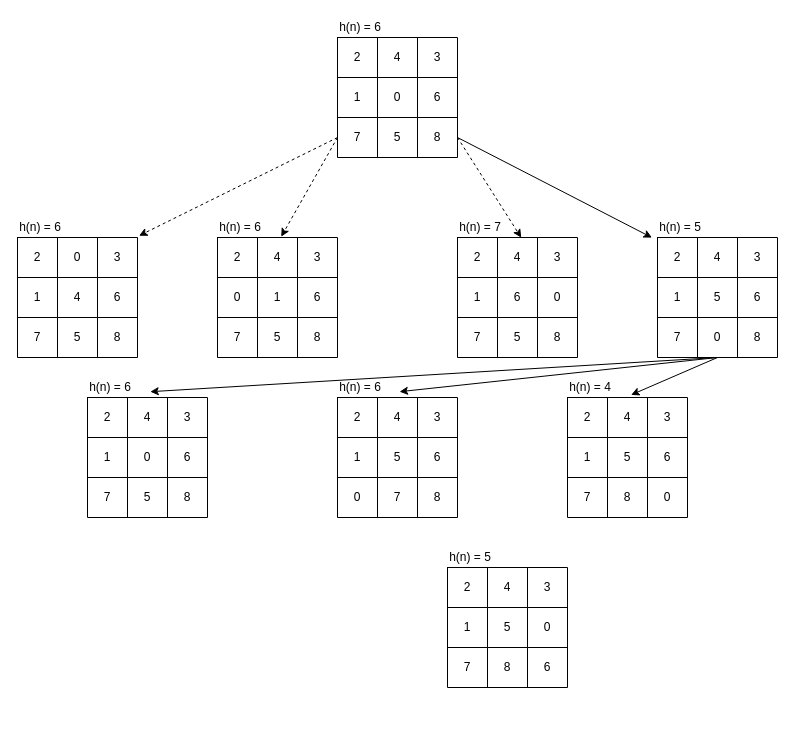
The draw.io diagram 8-puzzle-heuristic.drawio in waterfog9580/8puzzle, before the edit. Source tidied: cells renumbered, new cells numbered last; positions are measured from the earlier drawing's top-left corner, leaving out a move shared by most shapes. Both pictures are drawn from the tidied source at 100%, with x=0, y=0 at pixel (17, 17).
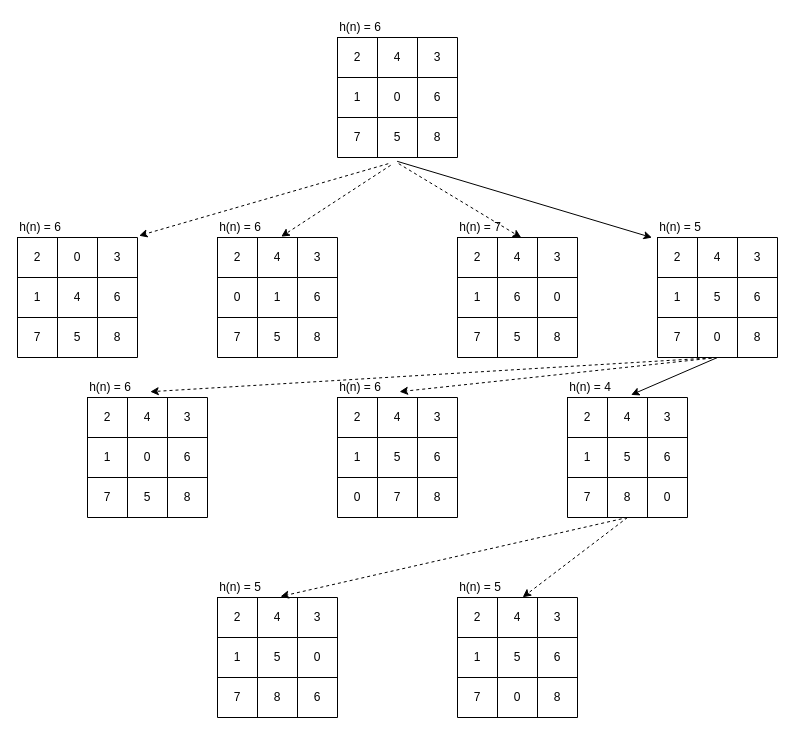
The same diagram, later.

Unchanged cells that the change refers to:
```xml
<mxCell id="5" style="shape=partialRectangle;html=1;whiteSpace=wrap;fillColor=none;top=0;left=0;bottom=0;right=0;points=[[0,0.5],[1,0.5]];portConstraint=eastwest;" parent="4" vertex="1">
  <mxGeometry width="120" height="40" as="geometry" />
</mxCell>
<mxCell id="27" style="shape=partialRectangle;html=1;whiteSpace=wrap;fillColor=none;top=0;left=0;bottom=0;right=0;points=[[0,0.5],[1,0.5]];portConstraint=eastwest;" parent="18" vertex="1">
  <mxGeometry y="80" width="120" height="40" as="geometry" />
</mxCell>
<mxCell id="35" style="shape=partialRectangle;html=1;whiteSpace=wrap;fillColor=none;top=0;left=0;bottom=0;right=0;points=[[0,0.5],[1,0.5]];portConstraint=eastwest;" parent="34" vertex="1">
  <mxGeometry width="120" height="40" as="geometry" />
</mxCell>
<mxCell id="50" style="shape=partialRectangle;html=1;whiteSpace=wrap;fillColor=none;top=0;left=0;bottom=0;right=0;points=[[0,0.5],[1,0.5]];portConstraint=eastwest;" parent="49" vertex="1">
  <mxGeometry width="120" height="40" as="geometry" />
</mxCell>
<mxCell id="65" style="shape=partialRectangle;html=1;whiteSpace=wrap;fillColor=none;top=0;left=0;bottom=0;right=0;points=[[0,0.5],[1,0.5]];portConstraint=eastwest;" parent="64" vertex="1">
  <mxGeometry width="120" height="40" as="geometry" />
</mxCell>
<mxCell id="84" style="shape=partialRectangle;html=1;whiteSpace=wrap;fillColor=none;top=0;left=0;bottom=0;right=0;points=[[0,0.5],[1,0.5]];portConstraint=eastwest;" parent="83" vertex="1">
  <mxGeometry width="120" height="40" as="geometry" />
</mxCell>
<mxCell id="99" style="shape=partialRectangle;html=1;whiteSpace=wrap;fillColor=none;top=0;left=0;bottom=0;right=0;points=[[0,0.5],[1,0.5]];portConstraint=eastwest;" parent="98" vertex="1">
  <mxGeometry width="120" height="40" as="geometry" />
</mxCell>
<mxCell id="132" style="shape=partialRectangle;html=1;whiteSpace=wrap;fillColor=none;top=0;left=0;bottom=0;right=0;points=[[0,0.5],[1,0.5]];portConstraint=eastwest;" parent="131" vertex="1">
  <mxGeometry width="120" height="40" as="geometry" />
</mxCell>
<mxCell id="136" style="shape=partialRectangle;html=1;whiteSpace=wrap;fillColor=none;top=0;left=0;bottom=0;right=0;" parent="131" vertex="1">
  <mxGeometry y="40" width="120" height="40" as="geometry" />
</mxCell>
<mxCell id="140" style="shape=partialRectangle;html=1;whiteSpace=wrap;fillColor=none;top=0;left=0;bottom=0;right=0;" parent="131" vertex="1">
  <mxGeometry y="80" width="120" height="40" as="geometry" />
</mxCell>
```

The edit, as a diff of the source:
```diff
@@
-    <mxCell id="77" style="endArrow=classic;html=1;exitX=0;exitY=0.5;exitDx=0;exitDy=0;entryX=1.013;entryY=-0.044;entryDx=0;entryDy=0;entryPerimeter=0;dashed=1;" parent="1" edge="1" source="27" target="5">
+    <mxCell id="77" style="endArrow=classic;html=1;exitX=0.423;exitY=1.155;exitDx=0;exitDy=0;entryX=1.013;entryY=-0.044;entryDx=0;entryDy=0;entryPerimeter=0;dashed=1;exitPerimeter=0;" parent="1" edge="1" source="27" target="5">
       <mxGeometry relative="1" as="geometry" />
     </mxCell>
-    <mxCell id="78" style="endArrow=classic;html=1;entryX=0.531;entryY=-0.021;entryDx=0;entryDy=0;entryPerimeter=0;exitX=0;exitY=0.5;exitDx=0;exitDy=0;dashed=1;" parent="1" edge="1" source="27" target="35">
+    <mxCell id="78" style="endArrow=classic;html=1;entryX=0.531;entryY=-0.021;entryDx=0;entryDy=0;entryPerimeter=0;exitX=0.443;exitY=1.195;exitDx=0;exitDy=0;dashed=1;exitPerimeter=0;" parent="1" edge="1" source="27" target="35">
       <mxGeometry relative="1" as="geometry" />
     </mxCell>
-    <mxCell id="79" style="endArrow=classic;html=1;entryX=0.531;entryY=0.003;entryDx=0;entryDy=0;entryPerimeter=0;exitX=1;exitY=0.5;exitDx=0;exitDy=0;dashed=1;" parent="1" edge="1" source="27" target="50">
+    <mxCell id="79" style="endArrow=classic;html=1;entryX=0.531;entryY=0.003;entryDx=0;entryDy=0;entryPerimeter=0;exitX=0.51;exitY=1.155;exitDx=0;exitDy=0;dashed=1;exitPerimeter=0;" parent="1" edge="1" source="27" target="50">
       <mxGeometry relative="1" as="geometry" />
     </mxCell>
-    <mxCell id="80" style="endArrow=classic;html=1;entryX=-0.046;entryY=0.003;entryDx=0;entryDy=0;exitX=1;exitY=0.5;exitDx=0;exitDy=0;entryPerimeter=0;" parent="1" edge="1" source="27" target="65">
+    <mxCell id="80" style="endArrow=classic;html=1;entryX=-0.046;entryY=0.003;entryDx=0;entryDy=0;entryPerimeter=0;exitX=0.497;exitY=1.095;exitDx=0;exitDy=0;exitPerimeter=0;" parent="1" edge="1" source="27" target="65">
       <mxGeometry relative="1" as="geometry" />
     </mxCell>
@@
-    <mxCell id="126" style="endArrow=classic;html=1;shadow=0;entryX=0.523;entryY=-0.145;entryDx=0;entryDy=0;entryPerimeter=0;" parent="1" edge="1" target="99">
+    <mxCell id="126" style="endArrow=classic;html=1;shadow=0;entryX=0.523;entryY=-0.145;entryDx=0;entryDy=0;entryPerimeter=0;dashed=1;" parent="1" edge="1" target="99">
       <mxGeometry relative="1" as="geometry">
         <mxPoint x="700" y="340" as="sourcePoint" />
       </mxGeometry>
     </mxCell>
-    <mxCell id="127" style="endArrow=classic;html=1;shadow=0;entryX=0.517;entryY=-0.145;entryDx=0;entryDy=0;entryPerimeter=0;" parent="1" edge="1" target="84">
+    <mxCell id="127" style="endArrow=classic;html=1;shadow=0;entryX=0.517;entryY=-0.145;entryDx=0;entryDy=0;entryPerimeter=0;dashed=1;" parent="1" edge="1" target="84">
       <mxGeometry relative="1" as="geometry">
         <mxPoint x="700" y="340" as="sourcePoint" />
       </mxGeometry>
     </mxCell>
@@
     <mxCell id="129" style="group;" parent="1" vertex="1">
-      <mxGeometry x="430" y="530" width="120" height="140" as="geometry" />
+      <mxGeometry x="440" y="560" width="120" height="140" as="geometry" />
     </mxCell>
@@
-    <mxCell id="139" value="0" style="shape=partialRectangle;html=1;whiteSpace=wrap;fillColor=none;top=0;left=0;bottom=0;right=0;overflow=hidden;" parent="136" vertex="1">
+    <mxCell id="139" value="6" style="shape=partialRectangle;html=1;whiteSpace=wrap;fillColor=none;top=0;left=0;bottom=0;right=0;overflow=hidden;" parent="136" vertex="1">
       <mxGeometry x="80" width="40" height="40" as="geometry" />
     </mxCell>
@@
-    <mxCell id="142" value="8" style="shape=partialRectangle;html=1;whiteSpace=wrap;fillColor=none;top=0;left=0;bottom=0;right=0;overflow=hidden;" parent="140" vertex="1">
+    <mxCell id="142" value="0" style="shape=partialRectangle;html=1;whiteSpace=wrap;fillColor=none;top=0;left=0;bottom=0;right=0;overflow=hidden;" parent="140" vertex="1">
       <mxGeometry x="40" width="40" height="40" as="geometry" />
     </mxCell>
-    <mxCell id="143" value="6" style="shape=partialRectangle;html=1;whiteSpace=wrap;fillColor=none;top=0;left=0;bottom=0;right=0;overflow=hidden;" parent="140" vertex="1">
+    <mxCell id="143" value="8" style="shape=partialRectangle;html=1;whiteSpace=wrap;fillColor=none;top=0;left=0;bottom=0;right=0;overflow=hidden;" parent="140" vertex="1">
       <mxGeometry x="80" width="40" height="40" as="geometry" />
     </mxCell>
+    <mxCell id="144" style="group;" parent="1" vertex="1">
+      <mxGeometry x="200" y="560" width="120" height="140" as="geometry" />
+    </mxCell>
+    <mxCell id="145" value="h(n) = 5" style="text;html=1;strokeColor=none;fillColor=none;align=center;verticalAlign=middle;whiteSpace=wrap;rounded=0;" parent="144" vertex="1">
+      <mxGeometry width="46" height="20" as="geometry" />
+    </mxCell>
+    <mxCell id="146" style="shape=table;html=1;whiteSpace=wrap;startSize=0;childLayout=tableLayout;" parent="144" vertex="1">
+      <mxGeometry y="20" width="120" height="120" as="geometry" />
+    </mxCell>
+    <mxCell id="147" style="shape=partialRectangle;html=1;whiteSpace=wrap;fillColor=none;top=0;left=0;bottom=0;right=0;" parent="146" vertex="1">
+      <mxGeometry width="120" height="40" as="geometry" />
+    </mxCell>
+    <mxCell id="148" value="2" style="shape=partialRectangle;html=1;whiteSpace=wrap;fillColor=none;top=0;left=0;bottom=0;right=0;overflow=hidden;" parent="147" vertex="1">
+      <mxGeometry width="40" height="40" as="geometry" />
+    </mxCell>
+    <mxCell id="149" value="4" style="shape=partialRectangle;html=1;whiteSpace=wrap;fillColor=none;top=0;left=0;bottom=0;right=0;overflow=hidden;" parent="147" vertex="1">
+      <mxGeometry x="40" width="40" height="40" as="geometry" />
+    </mxCell>
+    <mxCell id="150" value="3" style="shape=partialRectangle;html=1;whiteSpace=wrap;fillColor=none;top=0;left=0;bottom=0;right=0;overflow=hidden;" parent="147" vertex="1">
+      <mxGeometry x="80" width="40" height="40" as="geometry" />
+    </mxCell>
+    <mxCell id="151" style="shape=partialRectangle;html=1;whiteSpace=wrap;fillColor=none;top=0;left=0;bottom=0;right=0;" parent="146" vertex="1">
+      <mxGeometry y="40" width="120" height="40" as="geometry" />
+    </mxCell>
+    <mxCell id="152" value="1" style="shape=partialRectangle;html=1;whiteSpace=wrap;fillColor=none;top=0;left=0;bottom=0;right=0;overflow=hidden;" parent="151" vertex="1">
+      <mxGeometry width="40" height="40" as="geometry" />
+    </mxCell>
+    <mxCell id="153" value="5" style="shape=partialRectangle;html=1;whiteSpace=wrap;fillColor=none;top=0;left=0;bottom=0;right=0;overflow=hidden;" parent="151" vertex="1">
+      <mxGeometry x="40" width="40" height="40" as="geometry" />
+    </mxCell>
+    <mxCell id="154" value="0" style="shape=partialRectangle;html=1;whiteSpace=wrap;fillColor=none;top=0;left=0;bottom=0;right=0;overflow=hidden;" parent="151" vertex="1">
+      <mxGeometry x="80" width="40" height="40" as="geometry" />
+    </mxCell>
+    <mxCell id="155" style="shape=partialRectangle;html=1;whiteSpace=wrap;fillColor=none;top=0;left=0;bottom=0;right=0;" parent="146" vertex="1">
+      <mxGeometry y="80" width="120" height="40" as="geometry" />
+    </mxCell>
+    <mxCell id="156" value="7" style="shape=partialRectangle;html=1;whiteSpace=wrap;fillColor=none;top=0;left=0;bottom=0;right=0;overflow=hidden;" parent="155" vertex="1">
+      <mxGeometry width="40" height="40" as="geometry" />
+    </mxCell>
+    <mxCell id="157" value="8" style="shape=partialRectangle;html=1;whiteSpace=wrap;fillColor=none;top=0;left=0;bottom=0;right=0;overflow=hidden;" parent="155" vertex="1">
+      <mxGeometry x="40" width="40" height="40" as="geometry" />
+    </mxCell>
+    <mxCell id="158" value="6" style="shape=partialRectangle;html=1;whiteSpace=wrap;fillColor=none;top=0;left=0;bottom=0;right=0;overflow=hidden;" parent="155" vertex="1">
+      <mxGeometry x="80" width="40" height="40" as="geometry" />
+    </mxCell>
+    <mxCell id="159" style="endArrow=classic;html=1;shadow=0;dashed=1;" parent="1" edge="1">
+      <mxGeometry relative="1" as="geometry">
+        <mxPoint x="610" y="500" as="sourcePoint" />
+        <mxPoint x="263" y="579" as="targetPoint" />
+      </mxGeometry>
+    </mxCell>
+    <mxCell id="160" style="endArrow=classic;html=1;shadow=0;dashed=1;entryX=0.543;entryY=-0.005;entryDx=0;entryDy=0;entryPerimeter=0;" parent="1" edge="1" target="132">
+      <mxGeometry relative="1" as="geometry">
+        <mxPoint x="610" y="500" as="sourcePoint" />
+      </mxGeometry>
+    </mxCell>
```
